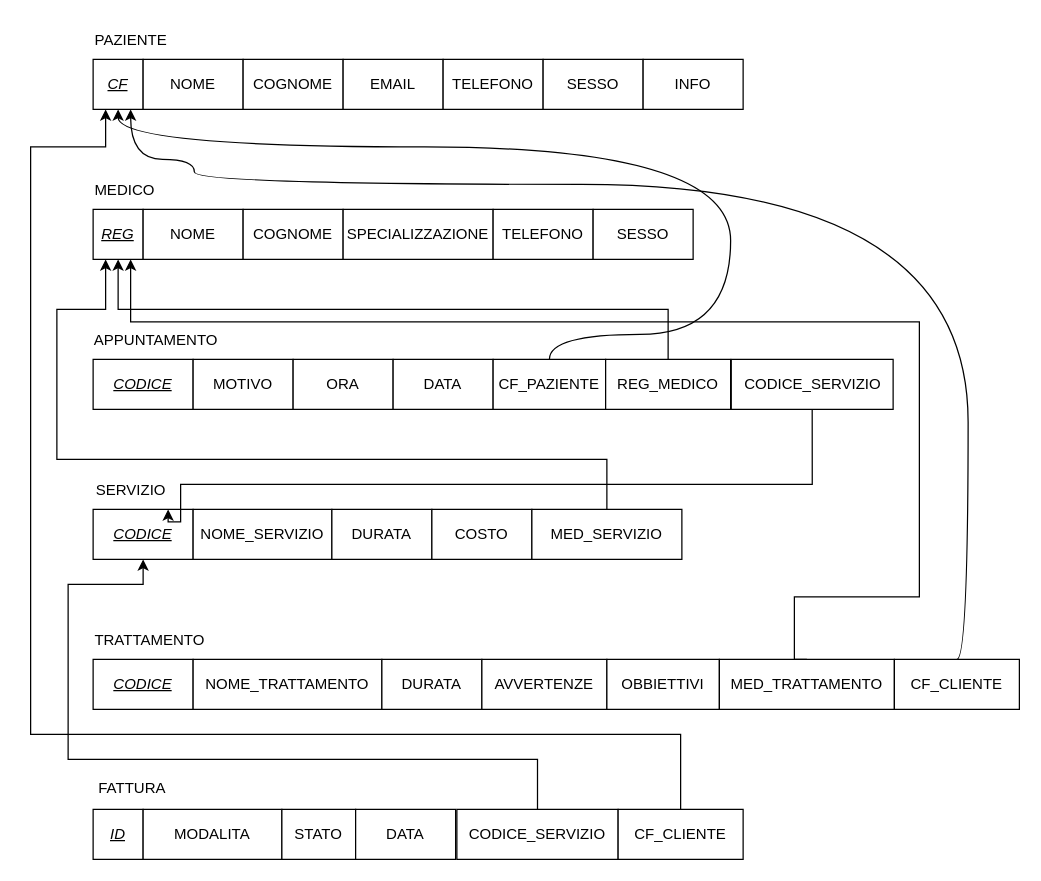
The draw.io diagram Parti Da Sviluppare/3. Schema Relazionale/Schema Relazionale.drawio in 1Abdess/ProgettoBasiDati, before the edit. Source tidied: cells renumbered, new cells numbered last; positions are measured from the earlier drawing's top-left corner, leaving out a move shared by most shapes. Both pictures are drawn from the tidied source at 125%, with x=0, y=0 at pixel (30, 21).
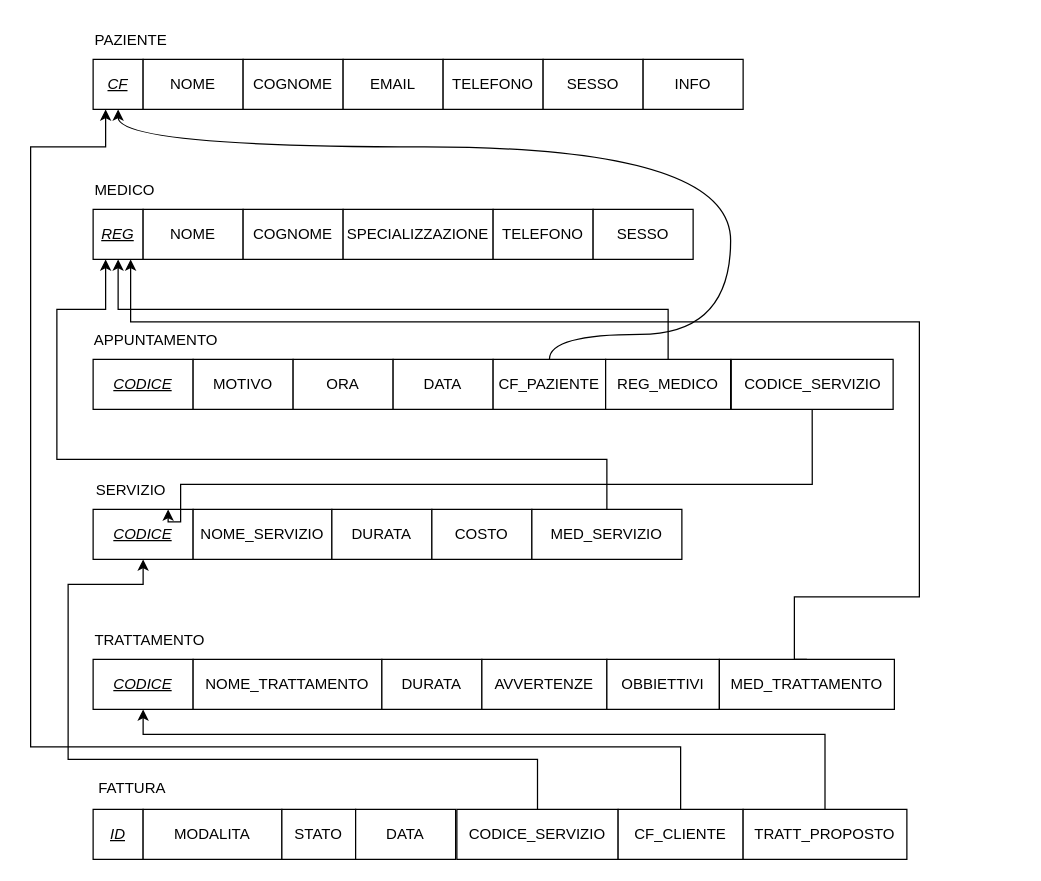
After the change.

Commit message (it also covers changes not shown here):
aggiornamento schema relazionale

Unchanged cells that the change refers to:
```xml
<mxCell id="2" value="&lt;i&gt;&lt;u&gt;CF&lt;/u&gt;&lt;/i&gt;" style="html=1;whiteSpace=wrap;" parent="1" vertex="1">
  <mxGeometry x="50" y="30" width="40" height="40" as="geometry" />
</mxCell>
<mxCell id="33" value="&lt;i&gt;&lt;u&gt;CODICE&lt;/u&gt;&lt;/i&gt;" style="html=1;whiteSpace=wrap;" parent="1" vertex="1">
  <mxGeometry x="50" y="510" width="80" height="40" as="geometry" />
</mxCell>
<mxCell id="49" value="CF_CLIENTE" style="html=1;whiteSpace=wrap;" parent="1" vertex="1">
  <mxGeometry x="470" y="630" width="100" height="40" as="geometry" />
</mxCell>
```

Diff of the diagram source:
```diff
@@
     <mxCell id="48" style="edgeStyle=orthogonalEdgeStyle;rounded=0;jettySize=auto;html=1;exitX=0.5;exitY=0;exitDx=0;exitDy=0;entryX=0.25;entryY=1;entryDx=0;entryDy=0;" parent="1" edge="1" source="49" target="2">
       <mxGeometry relative="1" as="geometry">
         <Array as="points">
-          <mxPoint x="520" y="570" />
-          <mxPoint y="570" />
+          <mxPoint x="520" y="580" />
+          <mxPoint y="580" />
           <mxPoint y="100" />
           <mxPoint x="60" y="100" />
         </Array>
       </mxGeometry>
     </mxCell>
@@
-    <mxCell id="50" style="edgeStyle=orthogonalEdgeStyle;rounded=0;jettySize=auto;html=1;exitX=0.5;exitY=0;exitDx=0;exitDy=0;entryX=0.75;entryY=1;entryDx=0;entryDy=0;curved=1;" parent="1" edge="1" source="51" target="2">
-      <mxGeometry relative="1" as="geometry">
-        <Array as="points">
-          <mxPoint x="750" y="510" />
-          <mxPoint x="750" y="130" />
-          <mxPoint x="131" y="130" />
-          <mxPoint x="131" y="110" />
-          <mxPoint x="80" y="110" />
-        </Array>
-      </mxGeometry>
-    </mxCell>
-    <mxCell id="51" value="CF_CLIENTE" style="html=1;whiteSpace=wrap;" parent="1" vertex="1">
-      <mxGeometry x="691" y="510" width="100" height="40" as="geometry" />
-    </mxCell>
@@
+    <mxCell id="54" style="edgeStyle=orthogonalEdgeStyle;rounded=0;jettySize=auto;html=1;exitX=0.5;exitY=0;exitDx=0;exitDy=0;entryX=0.5;entryY=1;entryDx=0;entryDy=0;" parent="1" edge="1" source="55" target="33">
+      <mxGeometry relative="1" as="geometry">
+        <Array as="points">
+          <mxPoint x="636" y="570" />
+          <mxPoint x="90" y="570" />
+        </Array>
+      </mxGeometry>
+    </mxCell>
+    <mxCell id="55" value="TRATT_PROPOSTO" style="html=1;whiteSpace=wrap;" parent="1" vertex="1">
+      <mxGeometry x="570" y="630" width="131" height="40" as="geometry" />
+    </mxCell>
```
